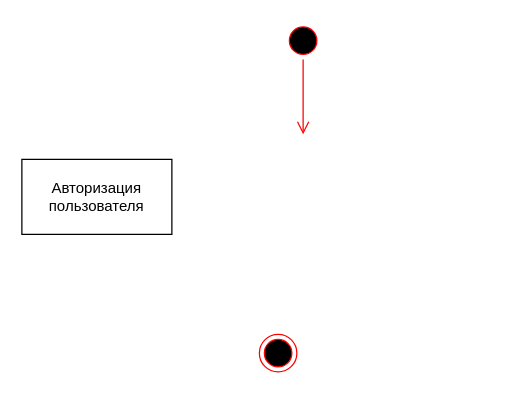
Above: ConsoleApp1/Диаграмма деятельности.drawio in HoveringTurtle/testrep (draw.io), before the change. Source tidied: cells renumbered, new cells numbered last; positions are measured from the earlier drawing's top-left corner, leaving out a move shared by most shapes. Both pictures are drawn from the tidied source at 125%, with x=0, y=0 at pixel (21, 21).
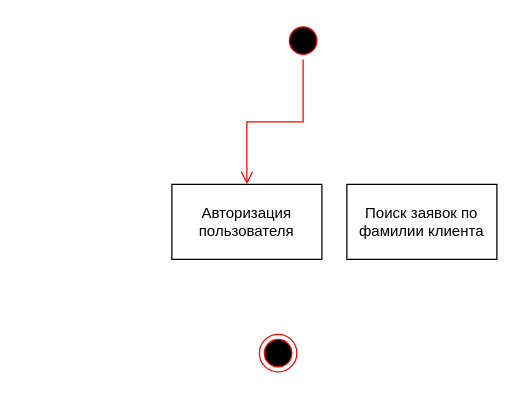
After the change.

What changed in the source:
```diff
@@
 <mxGraphModel>
   <root>
     <mxCell id="0" />
     <mxCell id="1" parent="0" />
     <mxCell id="2" value="Авторизация пользователя" style="rounded=0;whiteSpace=wrap;html=1;" parent="1" vertex="1">
-      <mxGeometry y="110" width="120" height="60" as="geometry" />
+      <mxGeometry x="120" y="130" width="120" height="60" as="geometry" />
     </mxCell>
     <mxCell id="3" style="ellipse;html=1;shape=startState;fillColor=#000000;strokeColor=#ff0000;" parent="1" vertex="1">
       <mxGeometry x="210" width="30" height="30" as="geometry" />
     </mxCell>
-    <mxCell id="4" style="edgeStyle=orthogonalEdgeStyle;html=1;verticalAlign=bottom;endArrow=open;endSize=8;strokeColor=#ff0000;rounded=0;" parent="1" edge="1" source="3">
-      <mxGeometry relative="1" as="geometry">
-        <mxPoint x="225" y="90" as="targetPoint" />
-      </mxGeometry>
+    <mxCell id="4" style="edgeStyle=orthogonalEdgeStyle;html=1;verticalAlign=bottom;endArrow=open;endSize=8;strokeColor=#ff0000;rounded=0;entryX=0.5;entryY=0;entryDx=0;entryDy=0;" parent="1" edge="1" source="3" target="2">
+      <mxGeometry relative="1" as="geometry" />
     </mxCell>
     <mxCell id="5" style="ellipse;html=1;shape=endState;fillColor=#000000;strokeColor=#ff0000;" parent="1" vertex="1">
       <mxGeometry x="190" y="250" width="30" height="30" as="geometry" />
     </mxCell>
+    <mxCell id="6" value="Поиск заявок по фамилии клиента" style="rounded=0;whiteSpace=wrap;html=1;" parent="1" vertex="1">
+      <mxGeometry x="260" y="130" width="120" height="60" as="geometry" />
+    </mxCell>
   </root>
 </mxGraphModel>
```
